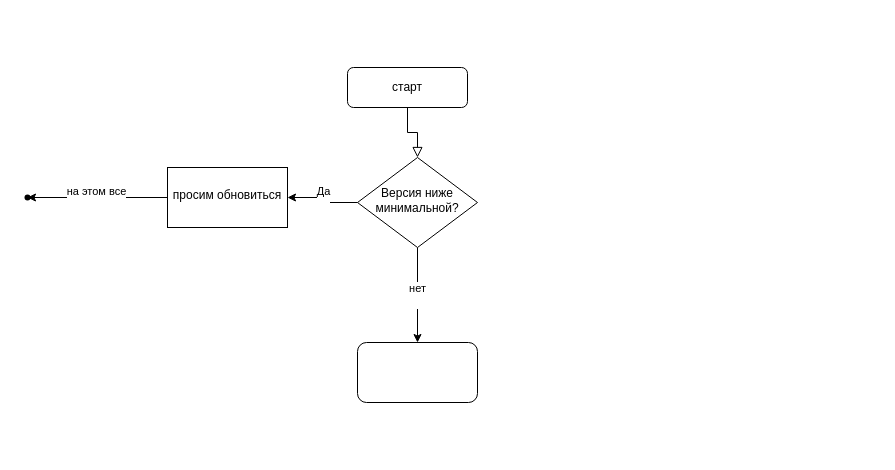
Earlier version of the draw.io diagram Диаграмма без названия.drawio (Izulle/Draw). Source tidied: cells renumbered, new cells numbered last; positions are measured from the earlier drawing's top-left corner, leaving out a move shared by most shapes. Both pictures are drawn from the tidied source at 100%, with x=0, y=0 at pixel (17, 67).
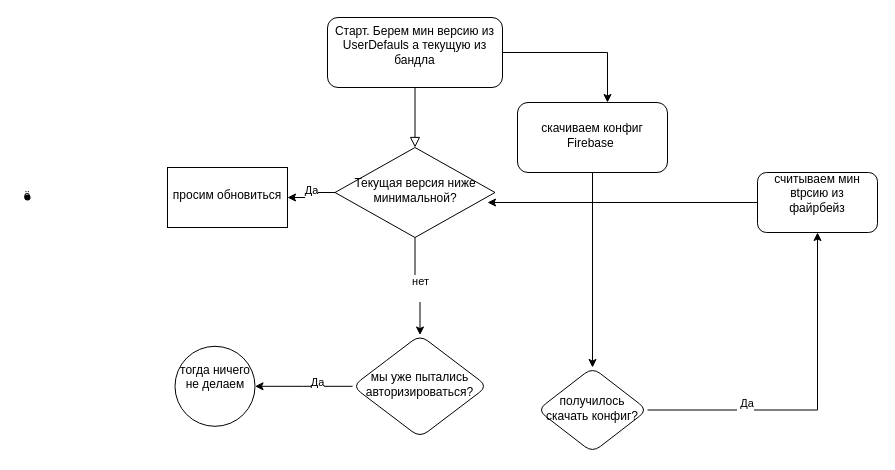
After the change.

The change refers to these unchanged cells:
```xml
<mxCell id="10" value="просим обновиться" style="whiteSpace=wrap;html=1;shadow=0;strokeWidth=1;spacing=6;spacingTop=-4;fontColor=#000000;" parent="1" vertex="1">
  <mxGeometry x="150" y="100" width="120" height="60" as="geometry" />
</mxCell>
```

Diff of the diagram source:
```diff
@@
+    <mxCell id="13" style="edgeStyle=orthogonalEdgeStyle;rounded=0;jettySize=auto;html=1;entryX=0.6;entryY=0;entryDx=0;entryDy=0;entryPerimeter=0;" parent="1" edge="1" source="3" target="12">
+      <mxGeometry relative="1" as="geometry" />
+    </mxCell>
-    <mxCell id="3" value="старт" style="rounded=1;whiteSpace=wrap;html=1;fontSize=12;glass=0;strokeWidth=1;shadow=0;" parent="1" vertex="1">
-      <mxGeometry x="330" width="120" height="40" as="geometry" />
+    <mxCell id="3" value="&lt;div&gt;Старт. Берем мин версию из UserDefauls а текущую из бандла&lt;/div&gt;&lt;div&gt;&lt;br&gt;&lt;/div&gt;" style="rounded=1;whiteSpace=wrap;html=1;fontSize=12;glass=0;strokeWidth=1;shadow=0;" parent="1" vertex="1">
+      <mxGeometry x="310" y="-50" width="175" height="70" as="geometry" />
     </mxCell>
@@
+    <mxCell id="14" style="edgeStyle=orthogonalEdgeStyle;rounded=0;jettySize=auto;html=1;" parent="1" edge="1" source="7" target="23">
+      <mxGeometry relative="1" as="geometry" />
+    </mxCell>
-    <mxCell id="6" value="&lt;div&gt;нет&lt;/div&gt;&lt;div&gt;&lt;br&gt;&lt;/div&gt;" style="edgeStyle=orthogonalEdgeStyle;rounded=0;jettySize=auto;html=1;" parent="1" edge="1" source="7" target="12">
-      <mxGeometry relative="1" as="geometry" />
+    <mxCell id="6" value="&lt;div&gt;нет&lt;/div&gt;&lt;div&gt;&lt;br&gt;&lt;/div&gt;" style="edgeLabel;html=1;align=center;verticalAlign=middle;" parent="14" vertex="1">
+      <mxGeometry x="0.08" relative="1" as="geometry" />
     </mxCell>
-    <mxCell id="7" value="Версия ниже минимальной?" style="rhombus;whiteSpace=wrap;html=1;shadow=0;align=center;strokeWidth=1;spacing=6;spacingTop=-4;" parent="1" vertex="1">
-      <mxGeometry x="340" y="90" width="120" height="90" as="geometry" />
+    <mxCell id="7" value="Текущая версия ниже минимальной?" style="rhombus;whiteSpace=wrap;html=1;shadow=0;align=center;strokeWidth=1;spacing=6;spacingTop=-4;" parent="1" vertex="1">
+      <mxGeometry x="317.5" y="80" width="160" height="90" as="geometry" />
     </mxCell>
-    <mxCell id="8" style="edgeStyle=orthogonalEdgeStyle;rounded=0;jettySize=auto;html=1;" parent="1" edge="1" source="10" target="11">
-      <mxGeometry relative="1" as="geometry" />
-    </mxCell>
-    <mxCell id="9" value="&lt;div&gt;на этом все&lt;/div&gt;&lt;div&gt;&lt;br&gt;&lt;/div&gt;" style="edgeLabel;html=1;align=center;verticalAlign=middle;" parent="8" vertex="1">
-      <mxGeometry x="0.03" relative="1" as="geometry" />
-    </mxCell>
@@
-    <mxCell id="11" style="shape=waypoint;sketch=0;size=6;points=[];fillColor=default;perimeter=centerPerimeter;snapToPoint=1;fontColor=#000000;shadow=0;strokeWidth=1;spacing=6;spacingTop=-4;" parent="1" vertex="1">
+    <mxCell id="11" value="ё" style="shape=waypoint;sketch=0;size=6;points=[];fillColor=default;perimeter=centerPerimeter;snapToPoint=1;fontColor=#000000;shadow=0;strokeWidth=1;spacing=6;spacingTop=-4;" parent="1" vertex="1">
       <mxGeometry y="120" width="20" height="20" as="geometry" />
     </mxCell>
+    <mxCell id="15" style="edgeStyle=orthogonalEdgeStyle;rounded=0;jettySize=auto;html=1;" parent="1" edge="1" source="12" target="18">
+      <mxGeometry relative="1" as="geometry" />
+    </mxCell>
-    <mxCell id="12" style="rounded=1;whiteSpace=wrap;html=1;shadow=0;strokeWidth=1;spacing=6;spacingTop=-4;" parent="1" vertex="1">
-      <mxGeometry x="340" y="275" width="120" height="60" as="geometry" />
+    <mxCell id="12" value="скачиваем конфиг Firebase&amp;nbsp; " style="rounded=1;whiteSpace=wrap;html=1;shadow=0;strokeWidth=1;spacing=6;spacingTop=-4;" parent="1" vertex="1">
+      <mxGeometry x="500" y="35" width="150" height="70" as="geometry" />
     </mxCell>
+    <mxCell id="16" style="edgeStyle=orthogonalEdgeStyle;rounded=0;jettySize=auto;html=1;" parent="1" edge="1" source="18" target="20">
+      <mxGeometry relative="1" as="geometry" />
+    </mxCell>
+    <mxCell id="17" value="&lt;div&gt;&amp;nbsp;Да&lt;/div&gt;&lt;div&gt;&lt;br&gt;&lt;/div&gt;" style="edgeLabel;html=1;align=center;verticalAlign=middle;" parent="16" vertex="1">
+      <mxGeometry x="-0.44" relative="1" as="geometry" />
+    </mxCell>
+    <mxCell id="18" value="получилось скачать конфиг?" style="rhombus;whiteSpace=wrap;html=1;rounded=1;shadow=0;strokeWidth=1;spacing=6;spacingTop=-4;" parent="1" vertex="1">
+      <mxGeometry x="520" y="300" width="110" height="85" as="geometry" />
+    </mxCell>
+    <mxCell id="19" style="edgeStyle=orthogonalEdgeStyle;rounded=0;jettySize=auto;html=1;" parent="1" edge="1" source="20">
+      <mxGeometry relative="1" as="geometry">
+        <mxPoint x="470" y="135" as="targetPoint" />
+      </mxGeometry>
+    </mxCell>
+    <mxCell id="20" value="&lt;div&gt;считываем мин вtрсию из файрбейз&lt;/div&gt;&lt;div&gt;&lt;br&gt;&lt;/div&gt;" style="rounded=1;whiteSpace=wrap;html=1;shadow=0;strokeWidth=1;spacing=6;spacingTop=-4;" parent="1" vertex="1">
+      <mxGeometry x="740" y="105" width="120" height="60" as="geometry" />
+    </mxCell>
+    <mxCell id="21" style="edgeStyle=orthogonalEdgeStyle;rounded=0;jettySize=auto;html=1;" parent="1" edge="1" source="23" target="24">
+      <mxGeometry relative="1" as="geometry" />
+    </mxCell>
+    <mxCell id="22" value="&lt;div&gt;Да&lt;/div&gt;&lt;div&gt;&lt;br&gt;&lt;/div&gt;" style="edgeLabel;html=1;align=center;verticalAlign=middle;" parent="21" vertex="1">
+      <mxGeometry x="-0.26" y="3" relative="1" as="geometry" />
+    </mxCell>
+    <mxCell id="23" value="мы уже пытались авторизироваться?" style="rhombus;whiteSpace=wrap;html=1;rounded=1;shadow=0;strokeWidth=1;spacing=6;spacingTop=-4;" parent="1" vertex="1">
+      <mxGeometry x="335" y="267.5" width="135" height="102.5" as="geometry" />
+    </mxCell>
+    <mxCell id="24" value="&lt;div&gt;тогда ничего не делаем&lt;/div&gt;&lt;div&gt;&lt;br&gt;&lt;/div&gt;" style="ellipse;whiteSpace=wrap;html=1;rounded=1;shadow=0;strokeWidth=1;spacing=6;spacingTop=-4;" parent="1" vertex="1">
+      <mxGeometry x="157.5" y="278.8" width="80" height="80" as="geometry" />
+    </mxCell>
```
